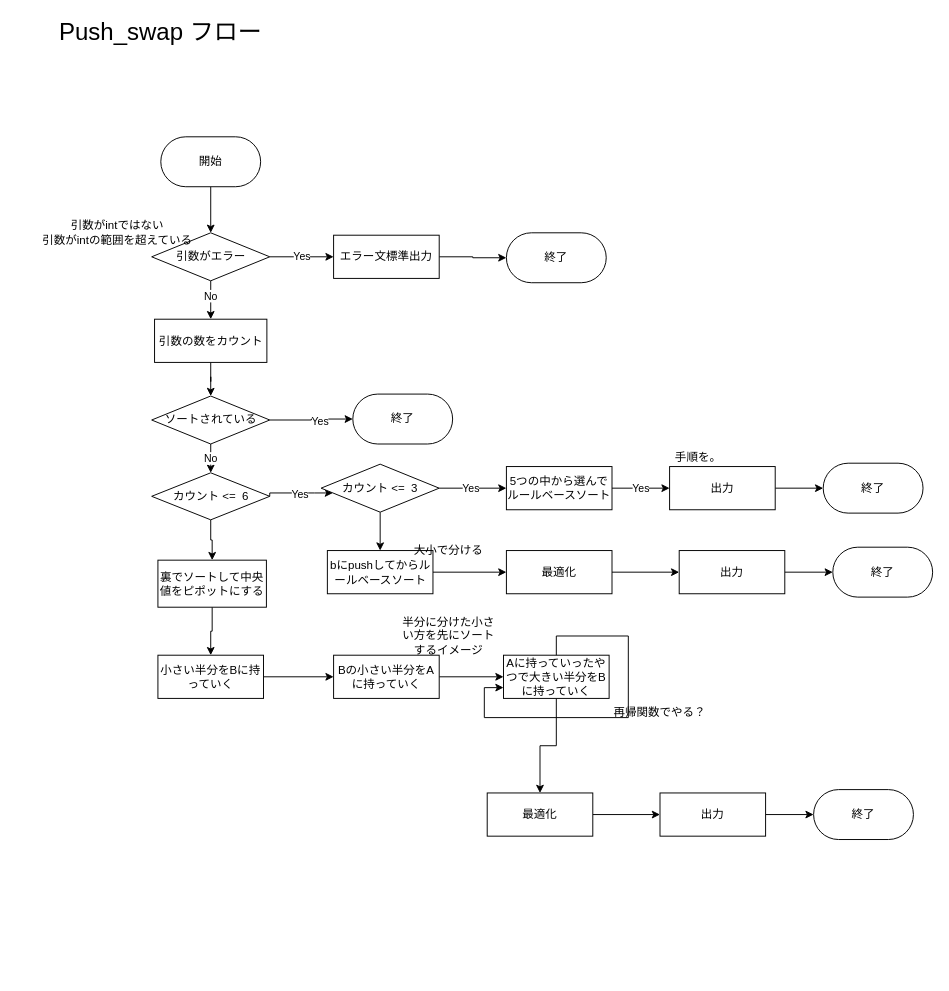
The draw.io diagram push_swap.drawio in HaseU-git/push_swap, before the edit. Source tidied: cells renumbered, new cells numbered last; positions are measured from the earlier drawing's top-left corner, leaving out a move shared by most shapes. Both pictures are drawn from the tidied source at 96%, with x=0, y=0 at pixel (36, 21).
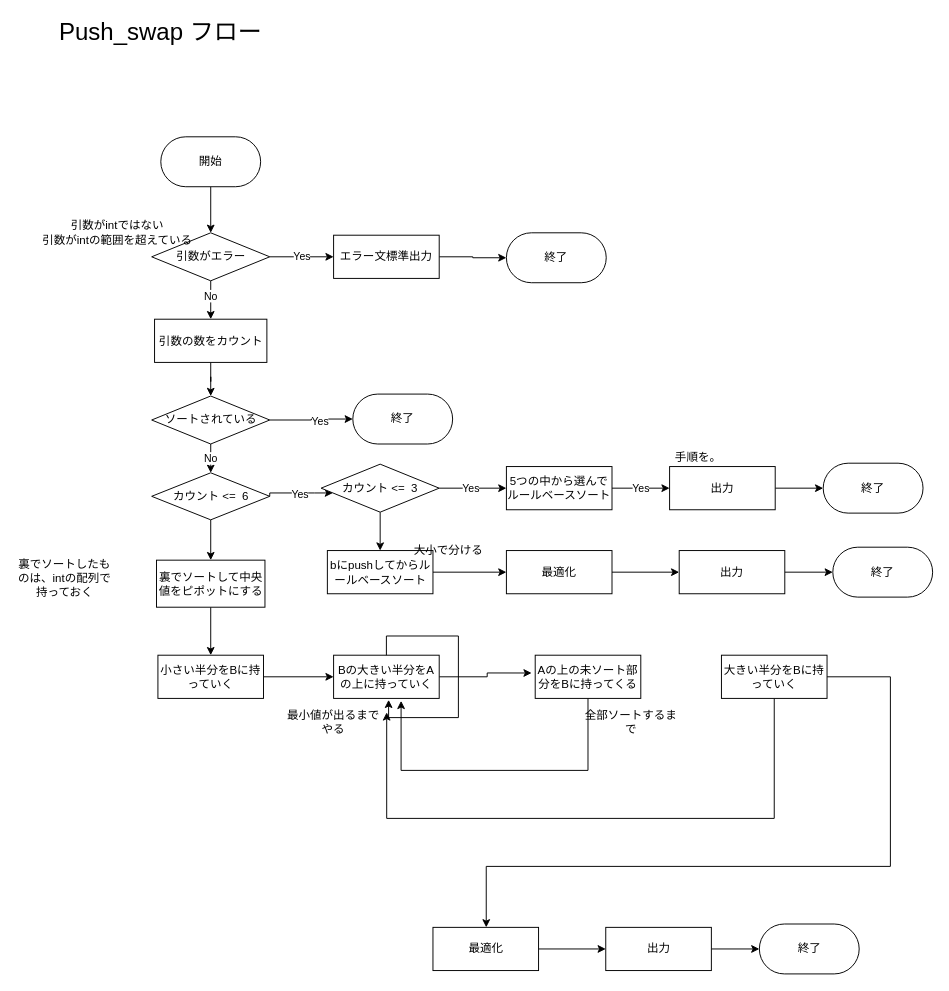
The same diagram, later.

Diff of the diagram source:
```diff
@@
     <mxCell id="35" value="裏でソートして中央値をピポットにする" style="rounded=0;whiteSpace=wrap;html=1;" parent="1" vertex="1">
-      <mxGeometry x="127" y="561" width="113" height="49" as="geometry" />
+      <mxGeometry x="125.5" y="561" width="113" height="49" as="geometry" />
     </mxCell>
@@
-    <mxCell id="46" style="edgeStyle=orthogonalEdgeStyle;rounded=0;jettySize=auto;html=1;entryX=0;entryY=0.5;entryDx=0;entryDy=0;" parent="1" edge="1" source="47" target="49">
-      <mxGeometry relative="1" as="geometry" />
-    </mxCell>
+    <mxCell id="58" style="edgeStyle=orthogonalEdgeStyle;rounded=0;jettySize=auto;html=1;entryX=-0.034;entryY=0.412;entryDx=0;entryDy=0;entryPerimeter=0;" parent="1" edge="1" source="47" target="60">
+      <mxGeometry relative="1" as="geometry" />
+    </mxCell>
-    <mxCell id="47" value="Bの小さい半分をAに持っていく" style="rounded=0;whiteSpace=wrap;html=1;" parent="1" vertex="1">
+    <mxCell id="47" value="Bの大きい半分をAの上に持っていく" style="rounded=0;whiteSpace=wrap;html=1;" parent="1" vertex="1">
       <mxGeometry x="310" y="660" width="110" height="45" as="geometry" />
     </mxCell>
-    <mxCell id="48" style="edgeStyle=orthogonalEdgeStyle;rounded=0;jettySize=auto;html=1;" parent="1" edge="1" source="49" target="54">
-      <mxGeometry relative="1" as="geometry" />
-    </mxCell>
-    <mxCell id="49" value="Aに持っていったやつで大きい半分をBに持っていく" style="rounded=0;whiteSpace=wrap;html=1;" parent="1" vertex="1">
-      <mxGeometry x="487" y="660" width="110" height="45" as="geometry" />
-    </mxCell>
-    <mxCell id="50" value="半分に分けた小さい方を先にソートするイメージ" style="text;html=1;strokeColor=none;fillColor=none;align=center;verticalAlign=middle;whiteSpace=wrap;rounded=0;" parent="1" vertex="1">
-      <mxGeometry x="380" y="630" width="100" height="20" as="geometry" />
-    </mxCell>
-    <mxCell id="51" style="edgeStyle=orthogonalEdgeStyle;rounded=0;orthogonalLoop=1;jettySize=auto;html=1;entryX=0;entryY=0.75;entryDx=0;entryDy=0;" parent="1" edge="1" source="49" target="49">
-      <mxGeometry relative="1" as="geometry" />
-    </mxCell>
-    <mxCell id="52" value="再帰関数でやる？" style="text;html=1;strokeColor=none;fillColor=none;align=center;verticalAlign=middle;whiteSpace=wrap;rounded=0;" parent="1" vertex="1">
-      <mxGeometry x="600" y="710" width="100" height="20" as="geometry" />
-    </mxCell>
@@
     <mxCell id="54" value="最適化" style="rounded=0;whiteSpace=wrap;html=1;" parent="1" vertex="1">
-      <mxGeometry x="470" y="803.5" width="110" height="45" as="geometry" />
+      <mxGeometry x="413.5" y="943.5" width="110" height="45" as="geometry" />
     </mxCell>
     <mxCell id="55" value="終了" style="rounded=1;whiteSpace=wrap;html=1;arcSize=50;" parent="1" vertex="1">
-      <mxGeometry x="810" y="800" width="104" height="52" as="geometry" />
+      <mxGeometry x="753.5" y="940" width="104" height="52" as="geometry" />
     </mxCell>
@@
     <mxCell id="57" value="出力" style="rounded=0;whiteSpace=wrap;html=1;" parent="1" vertex="1">
-      <mxGeometry x="650" y="803.5" width="110" height="45" as="geometry" />
+      <mxGeometry x="593.5" y="943.5" width="110" height="45" as="geometry" />
     </mxCell>
+    <mxCell id="59" style="edgeStyle=orthogonalEdgeStyle;rounded=0;jettySize=auto;html=1;entryX=0.639;entryY=1.057;entryDx=0;entryDy=0;entryPerimeter=0;" parent="1" edge="1" source="60" target="47">
+      <mxGeometry relative="1" as="geometry">
+        <Array as="points">
+          <mxPoint x="575" y="780" />
+          <mxPoint x="380" y="780" />
+        </Array>
+      </mxGeometry>
+    </mxCell>
+    <mxCell id="60" value="Aの上の未ソート部分をBに持ってくる" style="rounded=0;whiteSpace=wrap;html=1;" parent="1" vertex="1">
+      <mxGeometry x="520" y="660" width="110" height="45" as="geometry" />
+    </mxCell>
+    <mxCell id="61" style="edgeStyle=orthogonalEdgeStyle;rounded=0;orthogonalLoop=1;jettySize=auto;html=1;entryX=0.521;entryY=1.033;entryDx=0;entryDy=0;entryPerimeter=0;" parent="1" edge="1" source="47" target="47">
+      <mxGeometry relative="1" as="geometry" />
+    </mxCell>
+    <mxCell id="62" value="最小値が出るまでやる" style="text;html=1;strokeColor=none;fillColor=none;align=center;verticalAlign=middle;whiteSpace=wrap;rounded=0;" parent="1" vertex="1">
+      <mxGeometry x="260" y="720" width="100" height="20" as="geometry" />
+    </mxCell>
+    <mxCell id="63" value="全部ソートするまで" style="text;html=1;strokeColor=none;fillColor=none;align=center;verticalAlign=middle;whiteSpace=wrap;rounded=0;" parent="1" vertex="1">
+      <mxGeometry x="570" y="720" width="100" height="20" as="geometry" />
+    </mxCell>
+    <mxCell id="64" style="edgeStyle=orthogonalEdgeStyle;rounded=0;jettySize=auto;html=1;entryX=1.053;entryY=-0.022;entryDx=0;entryDy=0;entryPerimeter=0;" parent="1" edge="1" source="66" target="62">
+      <mxGeometry relative="1" as="geometry">
+        <Array as="points">
+          <mxPoint x="769" y="830" />
+          <mxPoint x="365" y="830" />
+        </Array>
+      </mxGeometry>
+    </mxCell>
+    <mxCell id="65" style="edgeStyle=orthogonalEdgeStyle;rounded=0;jettySize=auto;html=1;" parent="1" edge="1" source="66" target="54">
+      <mxGeometry relative="1" as="geometry">
+        <Array as="points">
+          <mxPoint x="890" y="683" />
+          <mxPoint x="890" y="880" />
+          <mxPoint x="469" y="880" />
+        </Array>
+      </mxGeometry>
+    </mxCell>
+    <mxCell id="66" value="大きい半分をBに持っていく" style="rounded=0;whiteSpace=wrap;html=1;" parent="1" vertex="1">
+      <mxGeometry x="714" y="660" width="110" height="45" as="geometry" />
+    </mxCell>
+    <mxCell id="67" value="裏でソートしたものは、intの配列で持っておく" style="text;html=1;strokeColor=none;fillColor=none;align=center;verticalAlign=middle;whiteSpace=wrap;rounded=0;" parent="1" vertex="1">
+      <mxGeometry x="-20" y="570" width="100" height="20" as="geometry" />
+    </mxCell>
```
